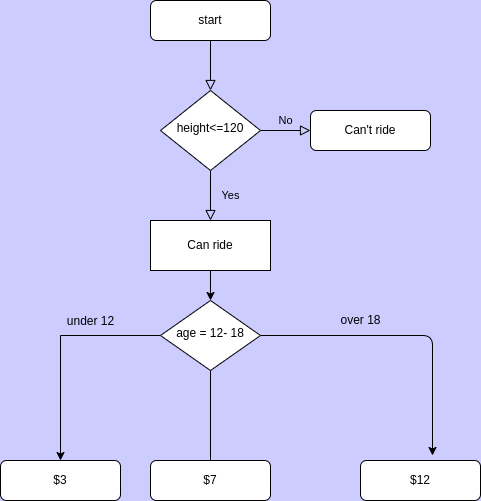
CCCCCCCE/100DAYSOFPYTHON keeps this draw.io diagram as DAY3/31flowchart.png. Above is the earlier version. Source tidied: cells renumbered, new cells last; positions are measured from the earlier drawing's top-left corner, leaving out a move shared by most shapes. The source it was exported from:
```xml
<mxGraphModel background="#CCCCFF">
  <root>
    <mxCell id="0" />
    <mxCell id="1" parent="0" />
    <mxCell id="2" style="rounded=0;html=1;jettySize=auto;fontSize=11;endArrow=block;endFill=0;endSize=8;strokeWidth=1;shadow=0;labelBackgroundColor=none;edgeStyle=orthogonalEdgeStyle;" parent="1" edge="1" source="3" target="6">
      <mxGeometry relative="1" as="geometry" />
    </mxCell>
    <mxCell id="3" value="start" style="rounded=1;whiteSpace=wrap;html=1;fontSize=12;glass=0;strokeWidth=1;shadow=0;" parent="1" vertex="1">
      <mxGeometry x="150" width="120" height="40" as="geometry" />
    </mxCell>
    <mxCell id="4" value="Yes" style="rounded=0;html=1;jettySize=auto;fontSize=11;endArrow=block;endFill=0;endSize=8;strokeWidth=1;shadow=0;labelBackgroundColor=none;edgeStyle=orthogonalEdgeStyle;" parent="1" edge="1" source="6">
      <mxGeometry y="20" relative="1" as="geometry">
        <mxPoint x="210" y="220" as="targetPoint" />
      </mxGeometry>
    </mxCell>
    <mxCell id="5" value="No" style="edgeStyle=orthogonalEdgeStyle;rounded=0;html=1;jettySize=auto;fontSize=11;endArrow=block;endFill=0;endSize=8;strokeWidth=1;shadow=0;labelBackgroundColor=none;" parent="1" edge="1" source="6" target="7">
      <mxGeometry y="10" relative="1" as="geometry" />
    </mxCell>
    <mxCell id="6" value="height&amp;lt;=120" style="rhombus;whiteSpace=wrap;html=1;shadow=0;fontFamily=Helvetica;fontSize=12;align=center;strokeWidth=1;spacing=6;spacingTop=-4;" parent="1" vertex="1">
      <mxGeometry x="160" y="90" width="100" height="80" as="geometry" />
    </mxCell>
    <mxCell id="7" value="Can't ride" style="rounded=1;whiteSpace=wrap;html=1;fontSize=12;glass=0;strokeWidth=1;shadow=0;" parent="1" vertex="1">
      <mxGeometry x="310" y="110" width="120" height="40" as="geometry" />
    </mxCell>
    <mxCell id="8" style="edgeStyle=orthogonalEdgeStyle;rounded=0;jettySize=auto;html=1;" parent="1" edge="1" source="11">
      <mxGeometry relative="1" as="geometry">
        <mxPoint x="60" y="460" as="targetPoint" />
      </mxGeometry>
    </mxCell>
    <mxCell id="9" style="edgeStyle=orthogonalEdgeStyle;curved=0;rounded=1;sketch=0;jettySize=auto;html=1;entryX=0.6;entryY=-0.125;entryDx=0;entryDy=0;entryPerimeter=0;" parent="1" edge="1" source="11" target="12">
      <mxGeometry relative="1" as="geometry" />
    </mxCell>
    <mxCell id="10" style="edgeStyle=orthogonalEdgeStyle;rounded=0;jettySize=auto;html=1;" parent="1" edge="1" source="11">
      <mxGeometry relative="1" as="geometry">
        <mxPoint x="210" y="473" as="targetPoint" />
      </mxGeometry>
    </mxCell>
    <mxCell id="11" value="age = 12- 18" style="rhombus;whiteSpace=wrap;html=1;shadow=0;fontFamily=Helvetica;fontSize=12;align=center;strokeWidth=1;spacing=6;spacingTop=-4;" parent="1" vertex="1">
      <mxGeometry x="160" y="300" width="100" height="70" as="geometry" />
    </mxCell>
    <mxCell id="12" value="$12" style="rounded=1;whiteSpace=wrap;html=1;fontSize=12;glass=0;strokeWidth=1;shadow=0;" parent="1" vertex="1">
      <mxGeometry x="360" y="460" width="120" height="40" as="geometry" />
    </mxCell>
    <mxCell id="13" style="edgeStyle=orthogonalEdgeStyle;rounded=0;jettySize=auto;html=1;" parent="1" edge="1" source="14" target="11">
      <mxGeometry relative="1" as="geometry" />
    </mxCell>
    <mxCell id="14" value="Can ride" style="rounded=0;whiteSpace=wrap;html=1;" parent="1" vertex="1">
      <mxGeometry x="150" y="220" width="120" height="50" as="geometry" />
    </mxCell>
    <mxCell id="15" value="under 12" style="text;html=1;align=center;verticalAlign=middle;fillColor=none;rounded=0;sketch=0;" parent="1" vertex="1">
      <mxGeometry x="57" y="304" width="66" height="33" as="geometry" />
    </mxCell>
    <mxCell id="16" value="over 18" style="text;html=1;align=center;verticalAlign=middle;fillColor=none;rounded=0;sketch=0;rotation=0;" parent="1" vertex="1">
      <mxGeometry x="330" y="310" width="60" height="20" as="geometry" />
    </mxCell>
    <mxCell id="17" value="$3" style="rounded=1;whiteSpace=wrap;html=1;fontSize=12;glass=0;strokeWidth=1;shadow=0;" parent="1" vertex="1">
      <mxGeometry y="460" width="120" height="40" as="geometry" />
    </mxCell>
    <mxCell id="18" value="$7" style="rounded=1;whiteSpace=wrap;html=1;fontSize=12;glass=0;strokeWidth=1;shadow=0;" parent="1" vertex="1">
      <mxGeometry x="150" y="460" width="120" height="40" as="geometry" />
    </mxCell>
  </root>
</mxGraphModel>
```
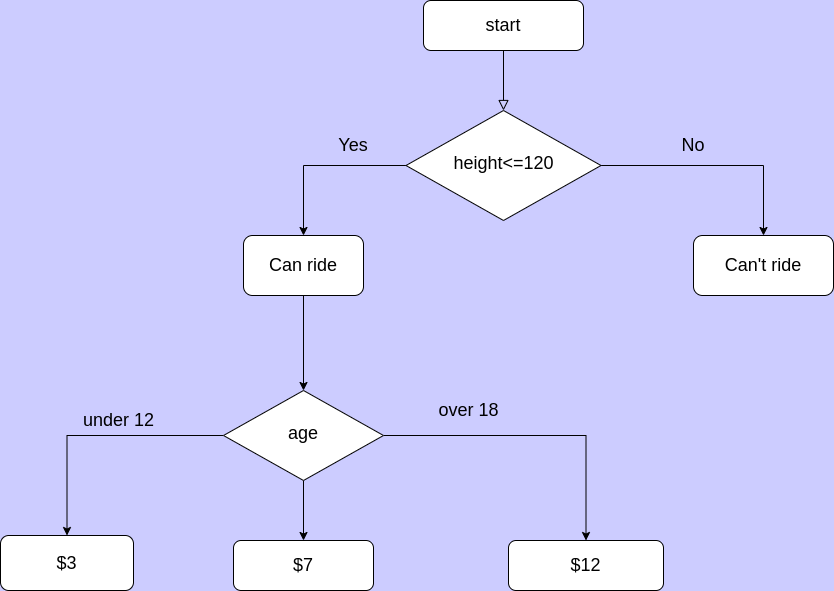
The same diagram one commit later.

Diff of the diagram source:
```diff
@@ -5,59 +5,59 @@
     <mxCell id="2" style="rounded=0;html=1;jettySize=auto;fontSize=11;endArrow=block;endFill=0;endSize=8;strokeWidth=1;shadow=0;labelBackgroundColor=none;edgeStyle=orthogonalEdgeStyle;" parent="1" edge="1" source="3" target="6">
       <mxGeometry relative="1" as="geometry" />
     </mxCell>
-    <mxCell id="3" value="start" style="rounded=1;whiteSpace=wrap;html=1;fontSize=12;glass=0;strokeWidth=1;shadow=0;" parent="1" vertex="1">
-      <mxGeometry x="150" width="120" height="40" as="geometry" />
+    <mxCell id="3" value="&lt;font style=&quot;font-size: 18px;&quot;&gt;start&lt;/font&gt;" style="rounded=1;whiteSpace=wrap;html=1;fontSize=12;glass=0;strokeWidth=1;shadow=0;" parent="1" vertex="1">
+      <mxGeometry x="480" y="-30" width="160" height="50" as="geometry" />
     </mxCell>
-    <mxCell id="4" value="Yes" style="rounded=0;html=1;jettySize=auto;fontSize=11;endArrow=block;endFill=0;endSize=8;strokeWidth=1;shadow=0;labelBackgroundColor=none;edgeStyle=orthogonalEdgeStyle;" parent="1" edge="1" source="6">
-      <mxGeometry y="20" relative="1" as="geometry">
-        <mxPoint x="210" y="220" as="targetPoint" />
-      </mxGeometry>
-    </mxCell>
-    <mxCell id="5" value="No" style="edgeStyle=orthogonalEdgeStyle;rounded=0;html=1;jettySize=auto;fontSize=11;endArrow=block;endFill=0;endSize=8;strokeWidth=1;shadow=0;labelBackgroundColor=none;" parent="1" edge="1" source="6" target="7">
-      <mxGeometry y="10" relative="1" as="geometry" />
-    </mxCell>
+    <mxCell id="19" style="edgeStyle=orthogonalEdgeStyle;rounded=0;jettySize=auto;html=1;exitX=1;exitY=0.5;exitDx=0;exitDy=0;fontSize=18;" parent="1" edge="1" source="6" target="7">
+      <mxGeometry relative="1" as="geometry" />
+    </mxCell>
+    <mxCell id="20" style="edgeStyle=orthogonalEdgeStyle;rounded=0;jettySize=auto;html=1;exitX=0;exitY=0.5;exitDx=0;exitDy=0;fontSize=18;" parent="1" edge="1" source="6" target="14">
+      <mxGeometry relative="1" as="geometry" />
+    </mxCell>
-    <mxCell id="6" value="height&amp;lt;=120" style="rhombus;whiteSpace=wrap;html=1;shadow=0;fontFamily=Helvetica;fontSize=12;align=center;strokeWidth=1;spacing=6;spacingTop=-4;" parent="1" vertex="1">
-      <mxGeometry x="160" y="90" width="100" height="80" as="geometry" />
+    <mxCell id="6" value="&lt;font style=&quot;font-size: 18px;&quot;&gt;height&amp;lt;=120&lt;/font&gt;" style="rhombus;whiteSpace=wrap;html=1;shadow=0;fontFamily=Helvetica;fontSize=12;align=center;strokeWidth=1;spacing=6;spacingTop=-4;" parent="1" vertex="1">
+      <mxGeometry x="462.5" y="80" width="195" height="110" as="geometry" />
     </mxCell>
-    <mxCell id="7" value="Can't ride" style="rounded=1;whiteSpace=wrap;html=1;fontSize=12;glass=0;strokeWidth=1;shadow=0;" parent="1" vertex="1">
-      <mxGeometry x="310" y="110" width="120" height="40" as="geometry" />
+    <mxCell id="7" value="&lt;font style=&quot;font-size: 18px;&quot;&gt;Can't ride&lt;/font&gt;" style="rounded=1;whiteSpace=wrap;html=1;fontSize=12;glass=0;strokeWidth=1;shadow=0;" parent="1" vertex="1">
+      <mxGeometry x="750" y="205" width="140" height="60" as="geometry" />
     </mxCell>
-    <mxCell id="8" style="edgeStyle=orthogonalEdgeStyle;rounded=0;jettySize=auto;html=1;" parent="1" edge="1" source="11">
-      <mxGeometry relative="1" as="geometry">
-        <mxPoint x="60" y="460" as="targetPoint" />
-      </mxGeometry>
-    </mxCell>
+    <mxCell id="21" style="edgeStyle=orthogonalEdgeStyle;rounded=0;jettySize=auto;html=1;exitX=0;exitY=0.5;exitDx=0;exitDy=0;fontSize=18;" parent="1" edge="1" source="11" target="17">
+      <mxGeometry relative="1" as="geometry" />
+    </mxCell>
+    <mxCell id="22" style="edgeStyle=orthogonalEdgeStyle;rounded=0;jettySize=auto;html=1;exitX=0.5;exitY=1;exitDx=0;exitDy=0;entryX=0.5;entryY=0;entryDx=0;entryDy=0;fontSize=18;" parent="1" edge="1" source="11" target="18">
+      <mxGeometry relative="1" as="geometry" />
+    </mxCell>
-    <mxCell id="9" style="edgeStyle=orthogonalEdgeStyle;curved=0;rounded=1;sketch=0;jettySize=auto;html=1;entryX=0.6;entryY=-0.125;entryDx=0;entryDy=0;entryPerimeter=0;" parent="1" edge="1" source="11" target="12">
+    <mxCell id="9" style="edgeStyle=orthogonalEdgeStyle;rounded=0;jettySize=auto;html=1;exitX=1;exitY=0.5;exitDx=0;exitDy=0;entryX=0.5;entryY=0;entryDx=0;entryDy=0;fontSize=18;" parent="1" edge="1" source="11" target="12">
       <mxGeometry relative="1" as="geometry" />
     </mxCell>
-    <mxCell id="10" style="edgeStyle=orthogonalEdgeStyle;rounded=0;jettySize=auto;html=1;" parent="1" edge="1" source="11">
-      <mxGeometry relative="1" as="geometry">
-        <mxPoint x="210" y="473" as="targetPoint" />
-      </mxGeometry>
-    </mxCell>
-    <mxCell id="11" value="age = 12- 18" style="rhombus;whiteSpace=wrap;html=1;shadow=0;fontFamily=Helvetica;fontSize=12;align=center;strokeWidth=1;spacing=6;spacingTop=-4;" parent="1" vertex="1">
-      <mxGeometry x="160" y="300" width="100" height="70" as="geometry" />
+    <mxCell id="11" value="&lt;font style=&quot;font-size: 18px;&quot;&gt;age&lt;/font&gt;" style="rhombus;whiteSpace=wrap;html=1;shadow=0;fontFamily=Helvetica;fontSize=12;align=center;strokeWidth=1;spacing=6;spacingTop=-4;" parent="1" vertex="1">
+      <mxGeometry x="280" y="360" width="160" height="90" as="geometry" />
     </mxCell>
-    <mxCell id="12" value="$12" style="rounded=1;whiteSpace=wrap;html=1;fontSize=12;glass=0;strokeWidth=1;shadow=0;" parent="1" vertex="1">
-      <mxGeometry x="360" y="460" width="120" height="40" as="geometry" />
+    <mxCell id="12" value="&lt;font style=&quot;font-size: 18px;&quot;&gt;$12&lt;/font&gt;" style="rounded=1;whiteSpace=wrap;html=1;fontSize=12;glass=0;strokeWidth=1;shadow=0;" parent="1" vertex="1">
+      <mxGeometry x="565" y="510" width="155" height="50" as="geometry" />
     </mxCell>
-    <mxCell id="13" style="edgeStyle=orthogonalEdgeStyle;rounded=0;jettySize=auto;html=1;" parent="1" edge="1" source="14" target="11">
-      <mxGeometry relative="1" as="geometry" />
-    </mxCell>
-    <mxCell id="14" value="Can ride" style="rounded=0;whiteSpace=wrap;html=1;" parent="1" vertex="1">
-      <mxGeometry x="150" y="220" width="120" height="50" as="geometry" />
-    </mxCell>
-    <mxCell id="15" value="under 12" style="text;html=1;align=center;verticalAlign=middle;fillColor=none;rounded=0;sketch=0;" parent="1" vertex="1">
-      <mxGeometry x="57" y="304" width="66" height="33" as="geometry" />
+    <mxCell id="15" value="&lt;font style=&quot;font-size: 18px;&quot;&gt;under 12&lt;/font&gt;" style="text;html=1;align=center;verticalAlign=middle;fillColor=none;rounded=0;sketch=0;" parent="1" vertex="1">
+      <mxGeometry x="130" y="380" width="90" height="20" as="geometry" />
     </mxCell>
-    <mxCell id="16" value="over 18" style="text;html=1;align=center;verticalAlign=middle;fillColor=none;rounded=0;sketch=0;rotation=0;" parent="1" vertex="1">
-      <mxGeometry x="330" y="310" width="60" height="20" as="geometry" />
+    <mxCell id="16" value="&lt;font style=&quot;font-size: 18px;&quot;&gt;over 18&lt;/font&gt;" style="text;html=1;align=center;verticalAlign=middle;fillColor=none;rounded=0;sketch=0;rotation=0;" parent="1" vertex="1">
+      <mxGeometry x="485" y="370" width="80" height="20" as="geometry" />
     </mxCell>
-    <mxCell id="17" value="$3" style="rounded=1;whiteSpace=wrap;html=1;fontSize=12;glass=0;strokeWidth=1;shadow=0;" parent="1" vertex="1">
-      <mxGeometry y="460" width="120" height="40" as="geometry" />
+    <mxCell id="17" value="&lt;font style=&quot;font-size: 18px;&quot;&gt;$3&lt;/font&gt;" style="rounded=1;whiteSpace=wrap;html=1;fontSize=12;glass=0;strokeWidth=1;shadow=0;" parent="1" vertex="1">
+      <mxGeometry x="57" y="505" width="133" height="55" as="geometry" />
     </mxCell>
-    <mxCell id="18" value="$7" style="rounded=1;whiteSpace=wrap;html=1;fontSize=12;glass=0;strokeWidth=1;shadow=0;" parent="1" vertex="1">
-      <mxGeometry x="150" y="460" width="120" height="40" as="geometry" />
+    <mxCell id="18" value="&lt;font style=&quot;font-size: 18px;&quot;&gt;$7&lt;/font&gt;" style="rounded=1;whiteSpace=wrap;html=1;fontSize=12;glass=0;strokeWidth=1;shadow=0;" parent="1" vertex="1">
+      <mxGeometry x="290" y="510" width="140" height="50" as="geometry" />
     </mxCell>
+    <mxCell id="13" style="edgeStyle=orthogonalEdgeStyle;rounded=0;jettySize=auto;html=1;exitX=0.5;exitY=1;exitDx=0;exitDy=0;fontSize=18;" parent="1" edge="1" source="14" target="11">
+      <mxGeometry relative="1" as="geometry" />
+    </mxCell>
+    <mxCell id="14" value="Can ride" style="rounded=1;whiteSpace=wrap;html=1;fontSize=18;" parent="1" vertex="1">
+      <mxGeometry x="300" y="205" width="120" height="60" as="geometry" />
+    </mxCell>
+    <mxCell id="4" value="Yes" style="text;html=1;strokeColor=none;fillColor=none;align=center;verticalAlign=middle;whiteSpace=wrap;rounded=0;fontSize=18;" parent="1" vertex="1">
+      <mxGeometry x="380" y="100" width="60" height="30" as="geometry" />
+    </mxCell>
+    <mxCell id="5" value="No" style="text;html=1;strokeColor=none;fillColor=none;align=center;verticalAlign=middle;whiteSpace=wrap;rounded=0;fontSize=18;" parent="1" vertex="1">
+      <mxGeometry x="720" y="100" width="60" height="30" as="geometry" />
+    </mxCell>
   </root>
 </mxGraphModel>
```
